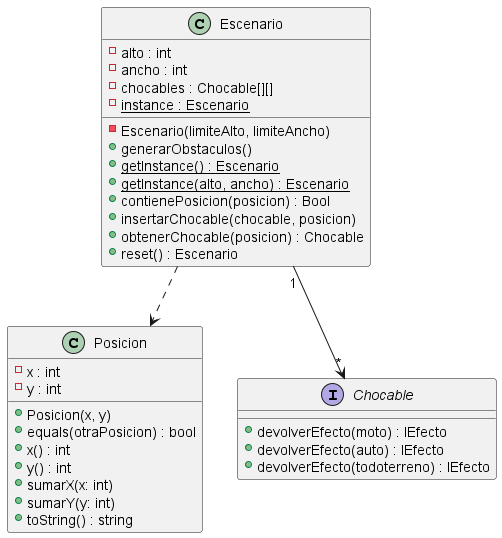
Earlier version of the PlantUML export diagrams/classes/Escenario/diagrama_Escenario_01.png (NestorPala/T17-GPSChallenge). Source of this version:
```plantuml
@startuml

class Escenario {
    - alto : int
    - ancho : int
    - chocables : Chocable[][]
    - {static} instance : Escenario
    - Escenario(limiteAlto, limiteAncho)
    + generarObstaculos()
    + {static} getInstance() : Escenario
    + {static} getInstance(alto, ancho) : Escenario
    + contienePosicion(posicion) : Bool
    + insertarChocable(chocable, posicion)
    + obtenerChocable(posicion) : Chocable
    + reset() : Escenario
}

class Posicion {
    - x : int
    - y : int
    + Posicion(x, y)
    + equals(otraPosicion) : bool
    + x() : int
    + y() : int
    + sumarX(x: int)
    + sumarY(y: int)
    + toString() : string
}

interface Chocable {
    + devolverEfecto(moto) : IEfecto
    + devolverEfecto(auto) : IEfecto
    + devolverEfecto(todoterreno) : IEfecto
}

Escenario ..> Posicion
Escenario "1" --> "*" Chocable


@enduml
```
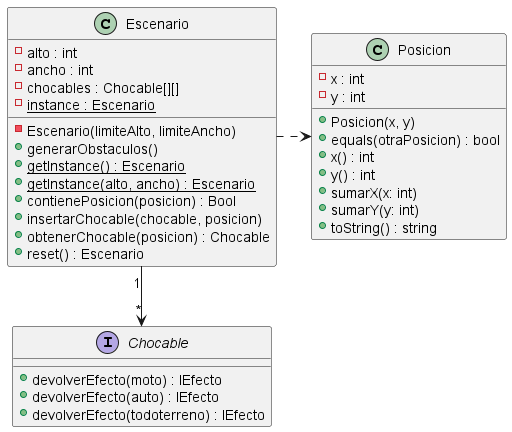
After the commit.

What changed in the source:
```diff
@@ -33,7 +33,7 @@
     + devolverEfecto(todoterreno) : IEfecto
 }
 
-Escenario ..> Posicion
+Escenario .> Posicion
 Escenario "1" --> "*" Chocable
 
 
```
